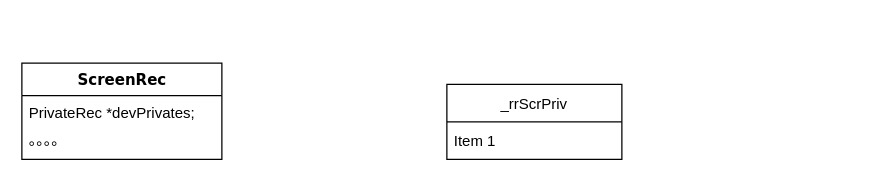
Above: 未命名绘图.drawio in huxd1532/note (draw.io), before the change. Source tidied: cells renumbered, new cells numbered last; positions are measured from the earlier drawing's top-left corner, leaving out a move shared by most shapes. Both pictures are drawn from the tidied source at 125%, with x=0, y=0 at pixel (21, 62).
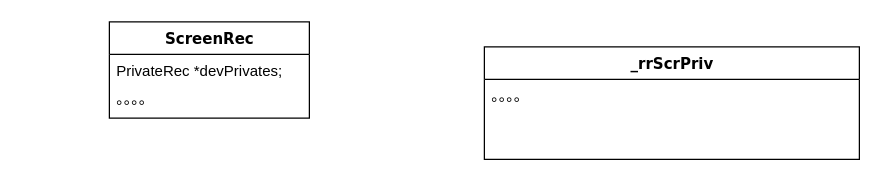
Above is the later version.

Commit message:
更新未命名绘图.drawio

What changed in the source:
```diff
@@
 <mxGraphModel>
   <root>
     <mxCell id="0" />
     <mxCell id="1" parent="0" />
     <mxCell id="2" value="ScreenRec" style="swimlane;html=1;fontStyle=1;align=center;verticalAlign=top;horizontal=1;startSize=26;swimlaneFillColor=#ffffff;rounded=0;shadow=0;comic=0;labelBackgroundColor=none;strokeWidth=1;fillColor=none;fontFamily=Verdana;fontSize=12;" parent="1" vertex="1">
-      <mxGeometry width="160" height="77" as="geometry" />
+      <mxGeometry x="70" y="-33" width="160" height="77" as="geometry" />
     </mxCell>
     <mxCell id="3" value="PrivateRec *devPrivates;" style="text;html=1;strokeColor=none;fillColor=none;align=left;verticalAlign=top;spacingLeft=4;spacingRight=4;whiteSpace=wrap;overflow=hidden;" parent="2" vertex="1">
       <mxGeometry y="26" width="160" height="22" as="geometry" />
     </mxCell>
     <mxCell id="4" value="。。。。" style="text;html=1;strokeColor=none;fillColor=none;align=left;verticalAlign=top;spacingLeft=4;spacingRight=4;whiteSpace=wrap;overflow=hidden;" parent="2" vertex="1">
       <mxGeometry y="48" width="160" height="22" as="geometry" />
     </mxCell>
-    <mxCell id="5" value="_rrScrPriv" style="swimlane;fontStyle=0;horizontal=1;startSize=30;" parent="1" vertex="1">
-      <mxGeometry x="340" y="17" width="140" height="60" as="geometry" />
+    <mxCell id="5" value="_rrScrPriv" style="swimlane;html=1;fontStyle=1;align=center;verticalAlign=top;horizontal=1;startSize=26;swimlaneFillColor=#ffffff;rounded=0;shadow=0;comic=0;labelBackgroundColor=none;strokeWidth=1;fillColor=none;fontFamily=Verdana;fontSize=12;" parent="1" vertex="1">
+      <mxGeometry x="370" y="-13" width="300" height="90" as="geometry" />
     </mxCell>
-    <mxCell id="6" value="Item 1" style="text;strokeColor=none;fillColor=none;align=left;verticalAlign=middle;spacingLeft=4;spacingRight=4;overflow=hidden;" parent="5" vertex="1">
-      <mxGeometry y="30" width="140" height="30" as="geometry" />
-    </mxCell>
+    <mxCell id="7" value="。。。。" style="text;html=1;strokeColor=none;fillColor=none;align=left;verticalAlign=top;spacingLeft=4;spacingRight=4;whiteSpace=wrap;overflow=hidden;" parent="5" vertex="1">
+      <mxGeometry y="26" width="300" height="42" as="geometry" />
+    </mxCell>
   </root>
 </mxGraphModel>
```
